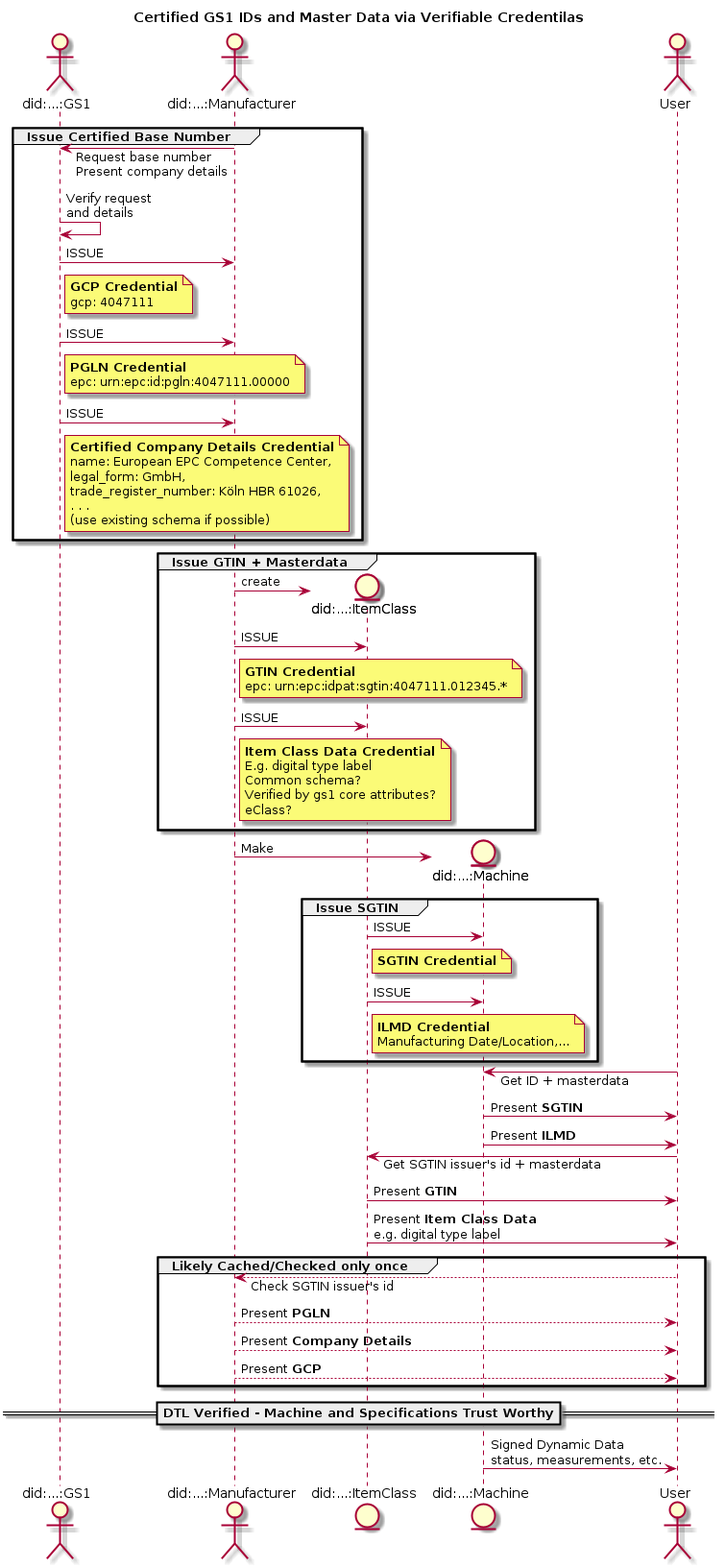
Before: ssi/certified-gs1-ids.png, a diagram exported from PlantUML (gs1-germany-innolab/CertifiedByGS1-I4.0-OnePager). Source of this version:
```plantuml
@startuml Certified GS1 IDs
skinparam responseMessageBelowArrow true

title Certified GS1 IDs and Master Data via Verifiable Credentilas

actor "did:...:GS1" as GS1
actor "did:...:Manufacturer" as Manufacturer
entity "did:...:ItemClass" as gtin
entity "did:...:Machine" as Machine
actor User

group Issue Certified Base Number
    Manufacturer -> GS1 : Request base number\nPresent company details
    GS1 -> GS1 : Verify request\nand details
    GS1 -> Manufacturer : ISSUE
    note right of GS1
        <b>GCP Credential</b>
        gcp: 4047111
    end note
    GS1 -> Manufacturer : ISSUE
    note right of GS1
        <b>PGLN Credential</b>
        epc: urn:epc:id:pgln:4047111.00000
    end note

    GS1 -> Manufacturer : ISSUE
    note right of GS1
        <b>Certified Company Details Credential</b>
        name: European EPC Competence Center,
        legal_form: GmbH,
        trade_register_number: Köln HBR 61026,
        . . .
        (use existing schema if possible)
    end note
end


group Issue GTIN + Masterdata
    Manufacturer -> gtin ** : create
    Manufacturer -> gtin : ISSUE
    note right of Manufacturer
        <b>GTIN Credential</b>
        epc: urn:epc:idpat:sgtin:4047111.012345.*
    end note
    Manufacturer -> gtin : ISSUE
    note right of Manufacturer
        <b>Item Class Data Credential</b>
        E.g. digital type label
        Common schema?
        Verified by gs1 core attributes?
        eClass?
    end note

end

Manufacturer -> Machine ** : Make


group Issue SGTIN
    gtin -> Machine : ISSUE
    note right of gtin
        <b>SGTIN Credential</b>
    end note

    gtin -> Machine : ISSUE
    note right of gtin
        <b>ILMD Credential</b>
        Manufacturing Date/Location,...
    end note
end

User -> Machine : Get ID + masterdata
Machine -> User : Present <b>SGTIN</b>
Machine -> User : Present <b>ILMD</b>

User -> gtin: Get SGTIN issuer's id + masterdata
gtin -> User: Present <b>GTIN</b>
gtin -> User: Present <b>Item Class Data</b>\ne.g. digital type label



group Likely Cached/Checked only once
    User --> Manufacturer: Check SGTIN issuer's id
    Manufacturer --> User: Present <b>PGLN</b>
    Manufacturer --> User: Present <b>Company Details</b>
    Manufacturer --> User: Present <b>GCP</b>
end

== DTL Verified - Machine and Specifications Trust Worthy==


Machine -> User : Signed Dynamic Data\nstatus, measurements, etc.


@enduml
```
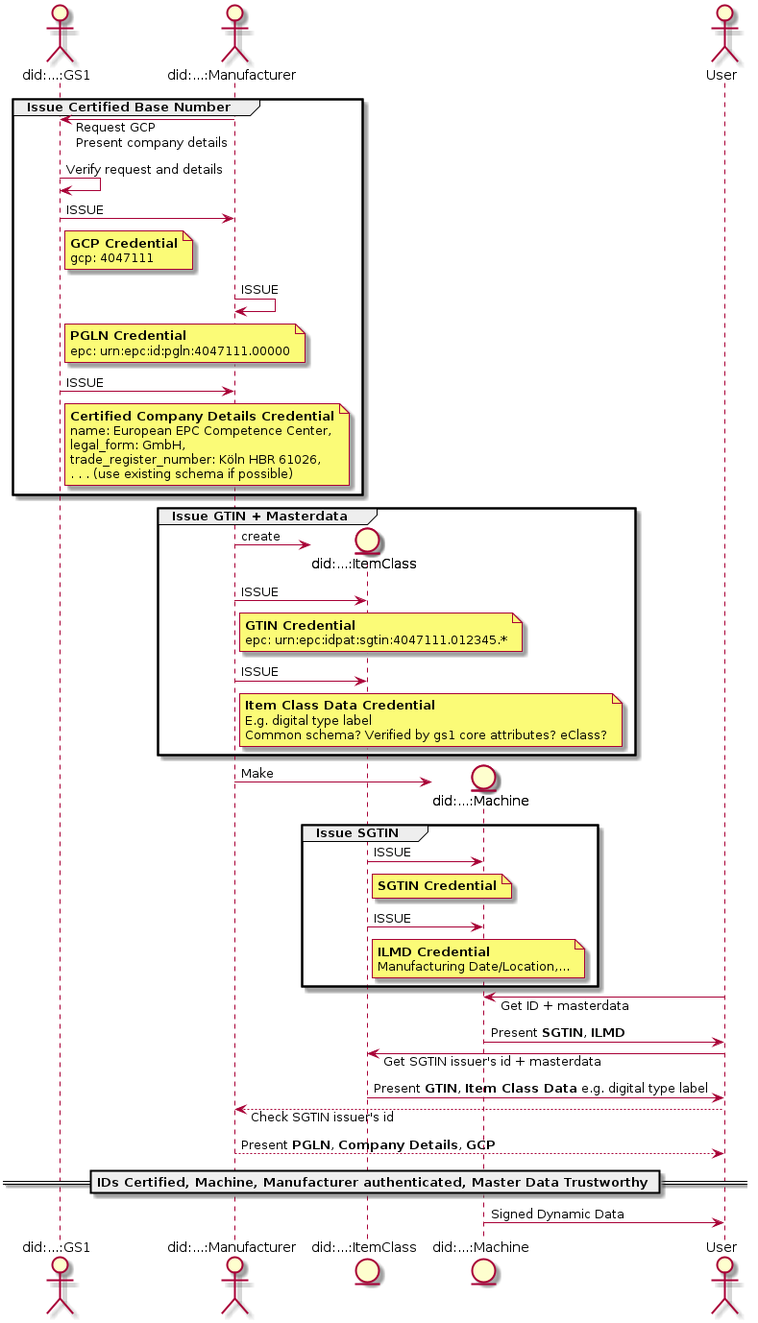
Later version of the same file.

Commit message:
ssi text und sequenzdiagram

Change to the diagram source:
```diff
@@ -1,7 +1,5 @@
 @startuml Certified GS1 IDs
 skinparam responseMessageBelowArrow true
-
-title Certified GS1 IDs and Master Data via Verifiable Credentilas
 
 actor "did:...:GS1" as GS1
 actor "did:...:Manufacturer" as Manufacturer
@@ -10,14 +8,14 @@
 actor User
 
 group Issue Certified Base Number
-    Manufacturer -> GS1 : Request base number\nPresent company details
-    GS1 -> GS1 : Verify request\nand details
+    Manufacturer -> GS1 : Request GCP\nPresent company details
+    GS1 -> GS1 : Verify request and details
     GS1 -> Manufacturer : ISSUE
     note right of GS1
         <b>GCP Credential</b>
         gcp: 4047111
     end note
-    GS1 -> Manufacturer : ISSUE
+    Manufacturer -> Manufacturer : ISSUE
     note right of GS1
         <b>PGLN Credential</b>
         epc: urn:epc:id:pgln:4047111.00000
@@ -29,8 +27,7 @@
         name: European EPC Competence Center,
         legal_form: GmbH,
         trade_register_number: Köln HBR 61026,
-        . . .
-        (use existing schema if possible)
+        . . . (use existing schema if possible)
     end note
 end
 
@@ -46,9 +43,7 @@
     note right of Manufacturer
         <b>Item Class Data Credential</b>
         E.g. digital type label
-        Common schema?
-        Verified by gs1 core attributes?
-        eClass?
+        Common schema? Verified by gs1 core attributes? eClass?
     end note
 
 end
@@ -70,26 +65,20 @@
 end
 
 User -> Machine : Get ID + masterdata
-Machine -> User : Present <b>SGTIN</b>
-Machine -> User : Present <b>ILMD</b>
+Machine -> User : Present <b>SGTIN</b>, <b>ILMD</b>
 
 User -> gtin: Get SGTIN issuer's id + masterdata
-gtin -> User: Present <b>GTIN</b>
-gtin -> User: Present <b>Item Class Data</b>\ne.g. digital type label
+gtin -> User: Present <b>GTIN</b>, <b>Item Class Data</b> e.g. digital type label
 
 
 
-group Likely Cached/Checked only once
-    User --> Manufacturer: Check SGTIN issuer's id
-    Manufacturer --> User: Present <b>PGLN</b>
-    Manufacturer --> User: Present <b>Company Details</b>
-    Manufacturer --> User: Present <b>GCP</b>
-end
+User --> Manufacturer: Check SGTIN issuer's id
+Manufacturer --> User: Present <b>PGLN</b>, <b>Company Details</b>, <b>GCP</b>
 
-== DTL Verified - Machine and Specifications Trust Worthy==
+== IDs Certified, Machine, Manufacturer authenticated, Master Data Trustworthy ==
 
 
-Machine -> User : Signed Dynamic Data\nstatus, measurements, etc.
+Machine -> User : Signed Dynamic Data
 
 
 @enduml
```
